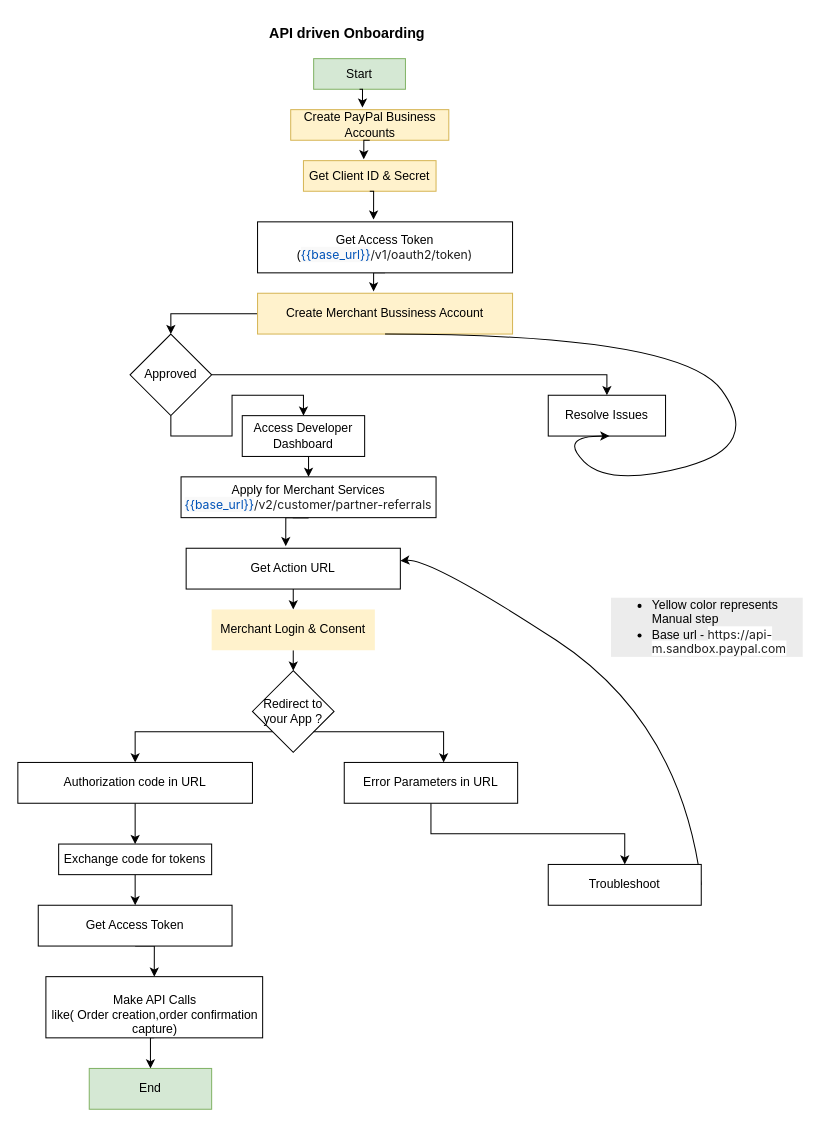
The draw.io diagram page "(Old) API_driven_Onboarding_v1.0" (3 of 3) of flow-charts/paypal-merchant-onboarding.drawio in rajneeshpatel07/payal-payments, before the edit. Source tidied: cells renumbered, new cells numbered last; positions are measured from the earlier drawing's top-left corner, leaving out a move shared by most shapes. Both pictures are drawn from the tidied source at 102%, with x=0, y=0 at pixel (17, 17).
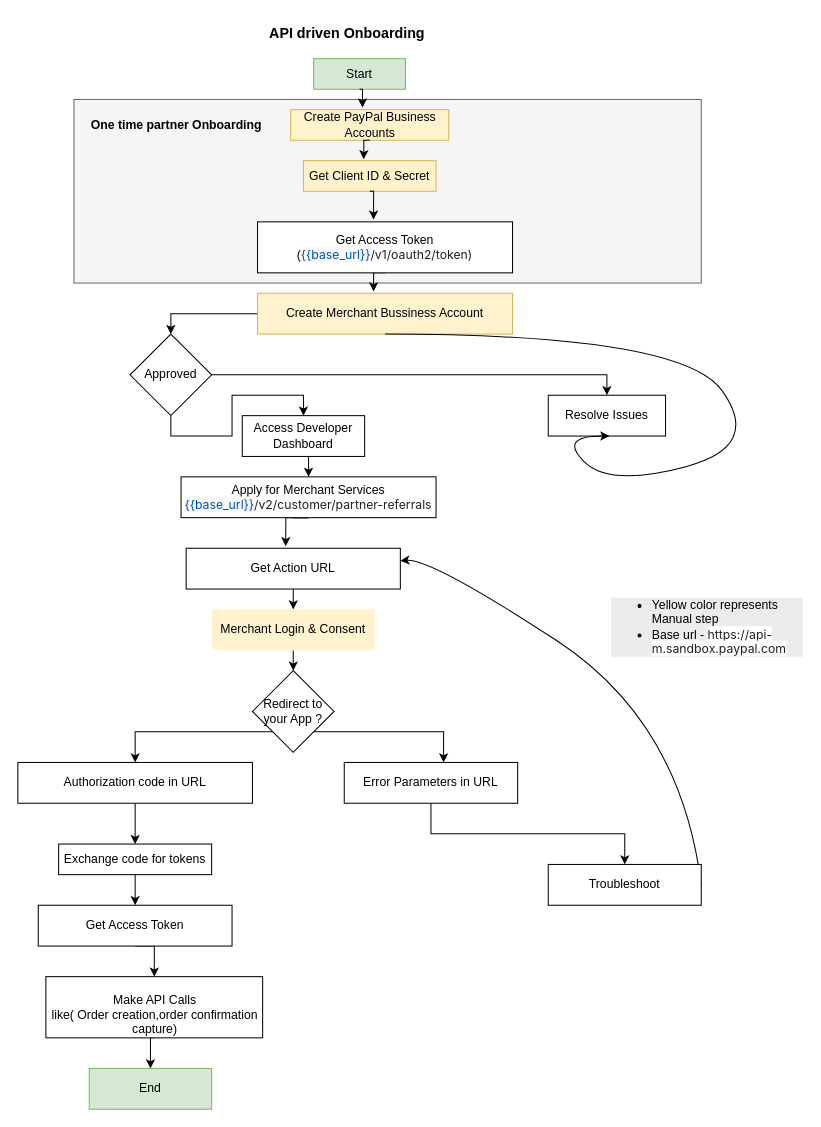
After the change.

Diff of the diagram source:
```diff
@@
+    <mxCell id="45" style="rounded=0;whiteSpace=wrap;html=1;fillColor=#f5f5f5;fontColor=#333333;strokeColor=#666666;" parent="1" vertex="1">
+      <mxGeometry x="55" y="80" width="615" height="180" as="geometry" />
+    </mxCell>
@@
+    <mxCell id="46" value="&lt;b&gt;One time partner Onboarding&lt;/b&gt;" style="text;html=1;align=left;verticalAlign=middle;whiteSpace=wrap;rounded=0;" parent="1" vertex="1">
+      <mxGeometry x="70" y="90" width="170" height="30" as="geometry" />
+    </mxCell>
```
